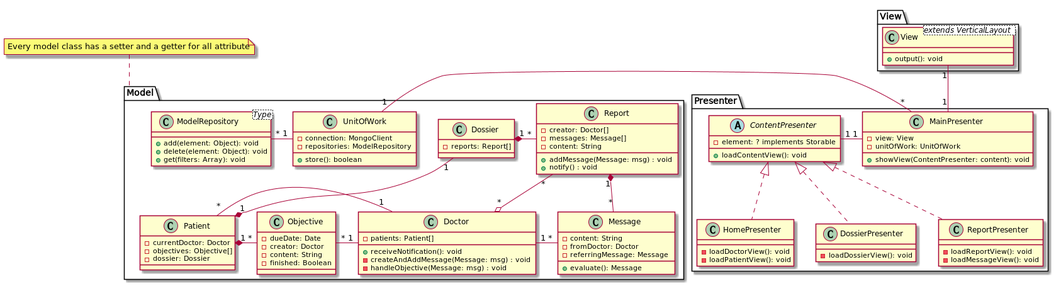
This is doc/task5/classdiagram.png from thetractor/ch.bfh.bti7081.s2019.orange, a PlantUML export, as it was before one commit.
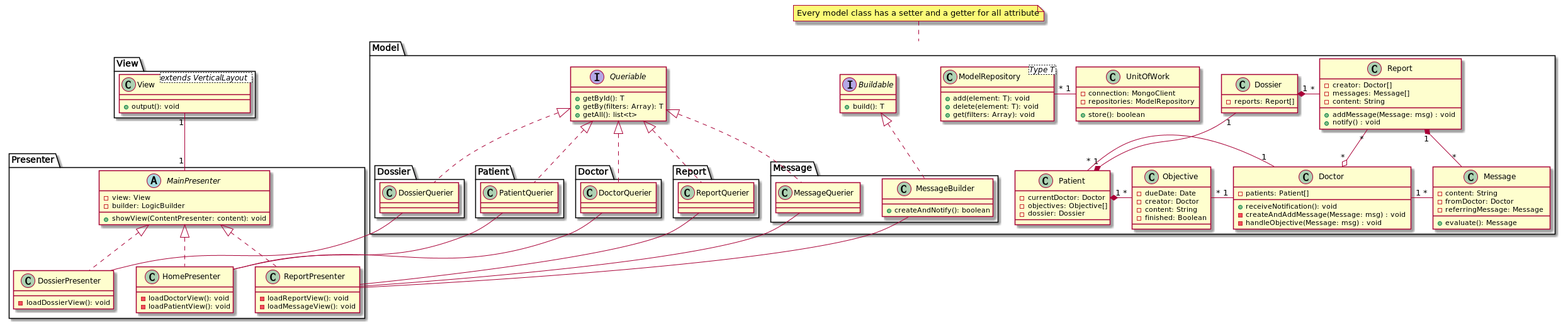
After the commit.

Commit message:
fix: change classdia according to feedback (task5)

Diff of the diagram source:
```diff
@@ -1,34 +1,63 @@
 @startuml
 package Presenter {
-       class MainPresenter{
+       abstract class MainPresenter{
            -view: View
-           -unitOfWork: UnitOfWork
+           -builder: LogicBuilder
            +showView(ContentPresenter: content): void
        }
-       abstract class ContentPresenter{
-          - element: ? implements Storable
-          +loadContentView(): void
-       }
        class HomePresenter{
-       - loadDoctorView(): void
-       - loadPatientView(): void
+         - loadDoctorView(): void
+         - loadPatientView(): void
        }
        class DossierPresenter{
-       - loadDossierView(): void
+         - loadDossierView(): void
        }
        class ReportPresenter{
-       - loadReportView(): void
-       - loadMessageView(): void
+         - loadReportView(): void
+         - loadMessageView(): void
        }
+}
 
-
-}
 package View {
     class View<extends VerticalLayout>{
         +output(): void
     }
 }
+
 package Model {
+    interface Buildable {
+      +build(): T
+    }
+    interface Queriable {
+      +getById(): T
+      +getBy(filters: Array): T
+      +getAll(): list<t>
+    }
+    package Message {
+        class MessageBuilder implements Buildable {
+        }
+        class MessageQuerier implements Queriable {
+        }
+    }
+
+    package Doctor {
+        class DoctorQuerier implements Queriable {
+        }
+    }
+
+    package Patient {
+        class PatientQuerier implements Queriable {
+        }
+    }
+
+    package Report {
+        class ReportQuerier implements Queriable {
+        }
+    }
+    package Dossier {
+        class DossierQuerier implements Queriable {
+        }
+    }
     class Doctor{
         -patients: Patient[]
         +receiveNotification(): void
@@ -68,15 +97,19 @@
         -referringMessage: Message
         +evaluate(): Message
     }
-    class ModelRepository<Type>{
-        +add(element: Object): void
-        +delete(element: Object): void
+    class ModelRepository<Type T>{
+        +add(element: T): void
+        +delete(element: T): void
         +get(filters: Array): void
     }
     class UnitOfWork{
         - connection: MongoClient
         - repositories: ModelRepository
         + store(): boolean
+    }
+
+    class MessageBuilder{
+        + createAndNotify(): boolean
     }
 }
 
@@ -89,14 +122,18 @@
 Doctor "1" - "*" Patient
 Message "*" -left- "1" Doctor
 UnitOfWork "1" -left- "*" ModelRepository
-UnitOfWork "1" -left- "*" MainPresenter
 
 
 View "1" -- "1" MainPresenter
-ContentPresenter "1" - "1" MainPresenter
-ContentPresenter <|.. HomePresenter
-ContentPresenter <|.. DossierPresenter
-ContentPresenter <|.. ReportPresenter
+MainPresenter <|.. HomePresenter
+MainPresenter <|.. DossierPresenter
+MainPresenter <|.. ReportPresenter
+ReportPresenter -up- MessageBuilder
+ReportPresenter -up- MessageQuerier
+HomePresenter -up- DoctorQuerier
+HomePresenter -up- PatientQuerier
+ReportPresenter -up- ReportQuerier
+DossierPresenter -up- DossierQuerier
 
 note top of Model: Every model class has a setter and a getter for all attribute
 
```
